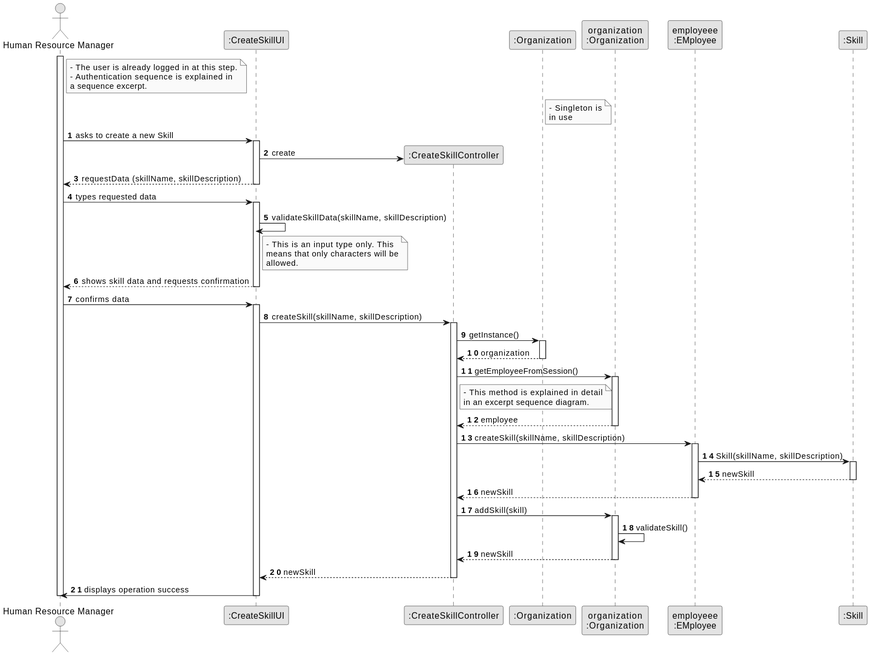
Earlier version of the PlantUML export docs/sprintB/us01/03.design/svg/us01-sequence-diagram-full.svg (Paulo-Pereira-at-ISEP/lei-24-s2-1nanb-g321).
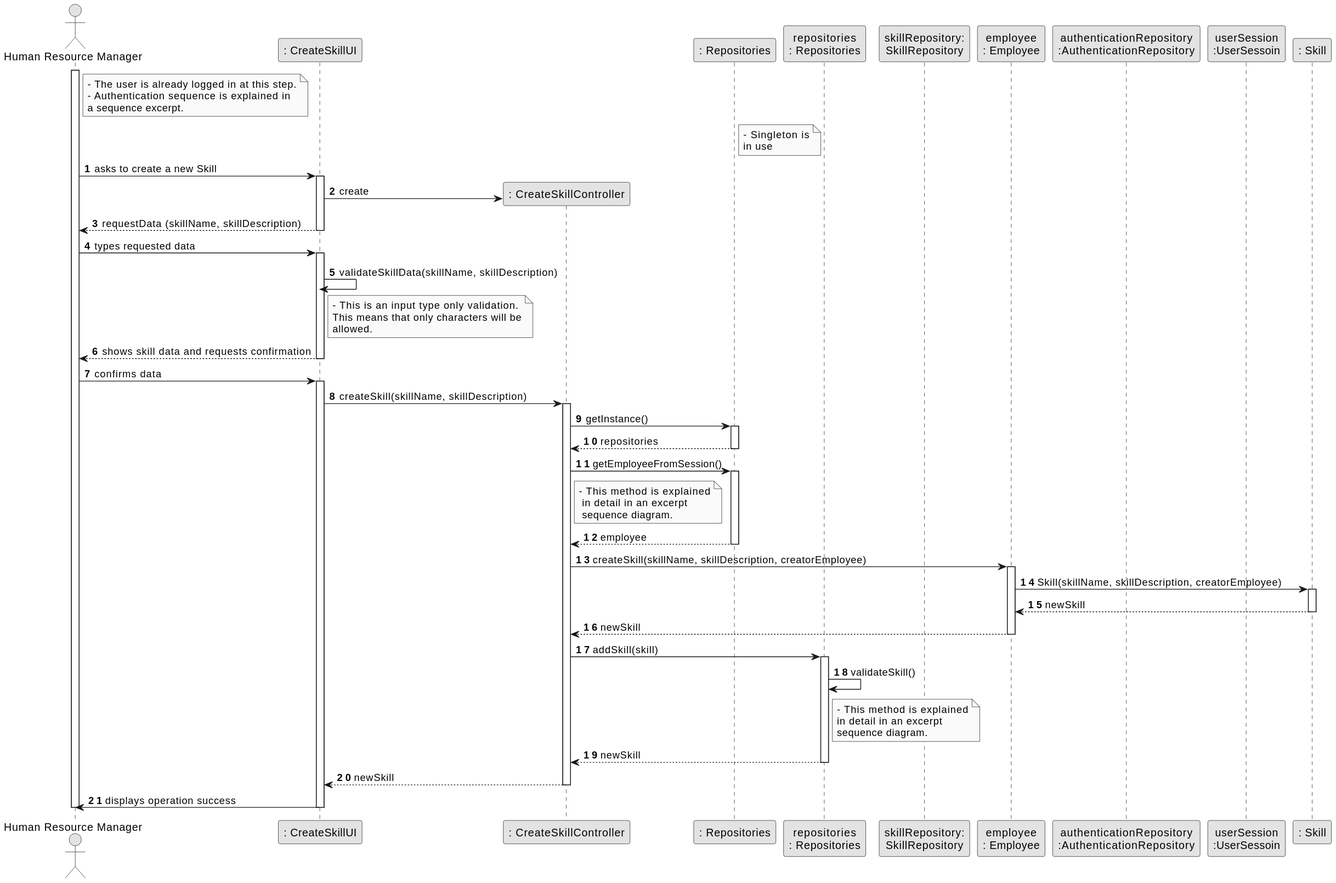
The same file after the commit.

Commit message:
LGGPM-115 - US01 - Design - Sequence diagram update (svg)

The edit, as a diff of the source:
```diff
@@ -7,12 +7,16 @@
 
 
 actor "Human Resource Manager" as HRM
-participant ":CreateSkillUI" as UI
-participant ":CreateSkillController" as CTRL
-participant ":Organization" as ORG_SINGLETON
-participant "organization\n:Organization" as ORG_INSTANCE
-participant "employeee\n:EMployee" as MNGR
-participant ":Skill" as SKILL
+participant ": CreateSkillUI" as UI
+participant ": CreateSkillController" as CTRL
+participant ": Repositories" as ORG_SINGLETON
+participant "repositories\n: Repositories" as ORG_INSTANCE
+participant "skillRepository:\nSkillRepository" as SKILL_REPO_INSTANCE
+participant "employee\n: Employee" as MNGR
+participant "authenticationRepository\n:AuthenticationRepository" as AUTH_REPO
+participant "userSession\n:UserSessoin" as USR_SESSION
+participant ": Skill" as SKILL
+
 
 note right of HRM
     - The user is already logged in at this step.
@@ -44,9 +48,10 @@
         activate UI
 
             UI -> UI : validateSkillData(skillName, skillDescription)
+
                 note right of UI
-                    - This is an input type only. This
-                    means that only characters will be
+                    - This is an input type only validation.
+                    This means that only characters will be
                     allowed.
                 end note
 
@@ -70,28 +75,29 @@
 
                 activate ORG_SINGLETON
 
-                    ORG_SINGLETON --> CTRL : organization
+                    ORG_SINGLETON --> CTRL : repositories
 
                 deactivate ORG_SINGLETON
 
-                CTRL -> ORG_INSTANCE : getEmployeeFromSession()
+                CTRL -> ORG_SINGLETON : getEmployeeFromSession()
 
                                 note right of CTRL
-                                    - This method is explained in detail
-                                    in an excerpt sequence diagram.
+                                    - This method is explained
+                                     in detail in an excerpt
+                                     sequence diagram.
                                 end note
 
-                activate ORG_INSTANCE
+                activate ORG_SINGLETON
 
-                ORG_INSTANCE --> CTRL : employee
+                ORG_SINGLETON --> CTRL : employee
 
-                deactivate ORG_INSTANCE
+                deactivate ORG_SINGLETON
 
-                CTRL -> MNGR : createSkill(skillName, skillDescription)
+                CTRL -> MNGR : createSkill(skillName, skillDescription, creatorEmployee)
 
                 activate MNGR
 
-                MNGR -> SKILL : Skill(skillName, skillDescription)
+                MNGR -> SKILL : Skill(skillName, skillDescription, creatorEmployee)
 
                 activate SKILL
 
@@ -109,6 +115,12 @@
 
                 ORG_INSTANCE -> ORG_INSTANCE : validateSkill()
 
+                note right of ORG_INSTANCE
+                - This method is explained
+                in detail in an excerpt
+                sequence diagram.
+                end note
+
                 ORG_INSTANCE --> CTRL : newSkill
 
                 deactivate ORG_INSTANCE
```
